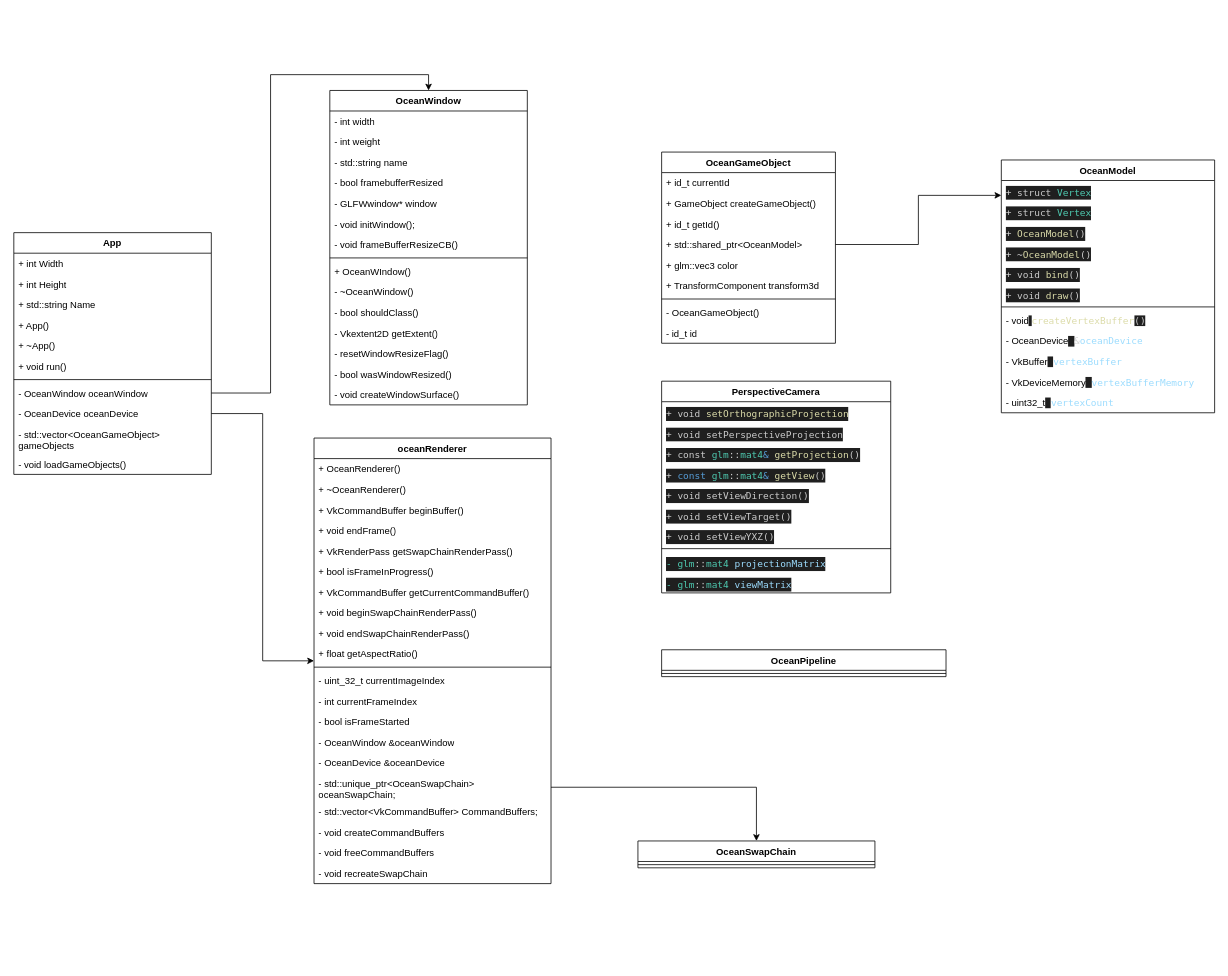
Before: Ocean.drawio in RichardBrowning/Ocean, a draw.io diagram. Source tidied: cells renumbered, new cells numbered last; positions are measured from the earlier drawing's top-left corner, leaving out a move shared by most shapes. Both pictures are drawn from the tidied source at 79%, with x=0, y=0 at pixel (13, 90).
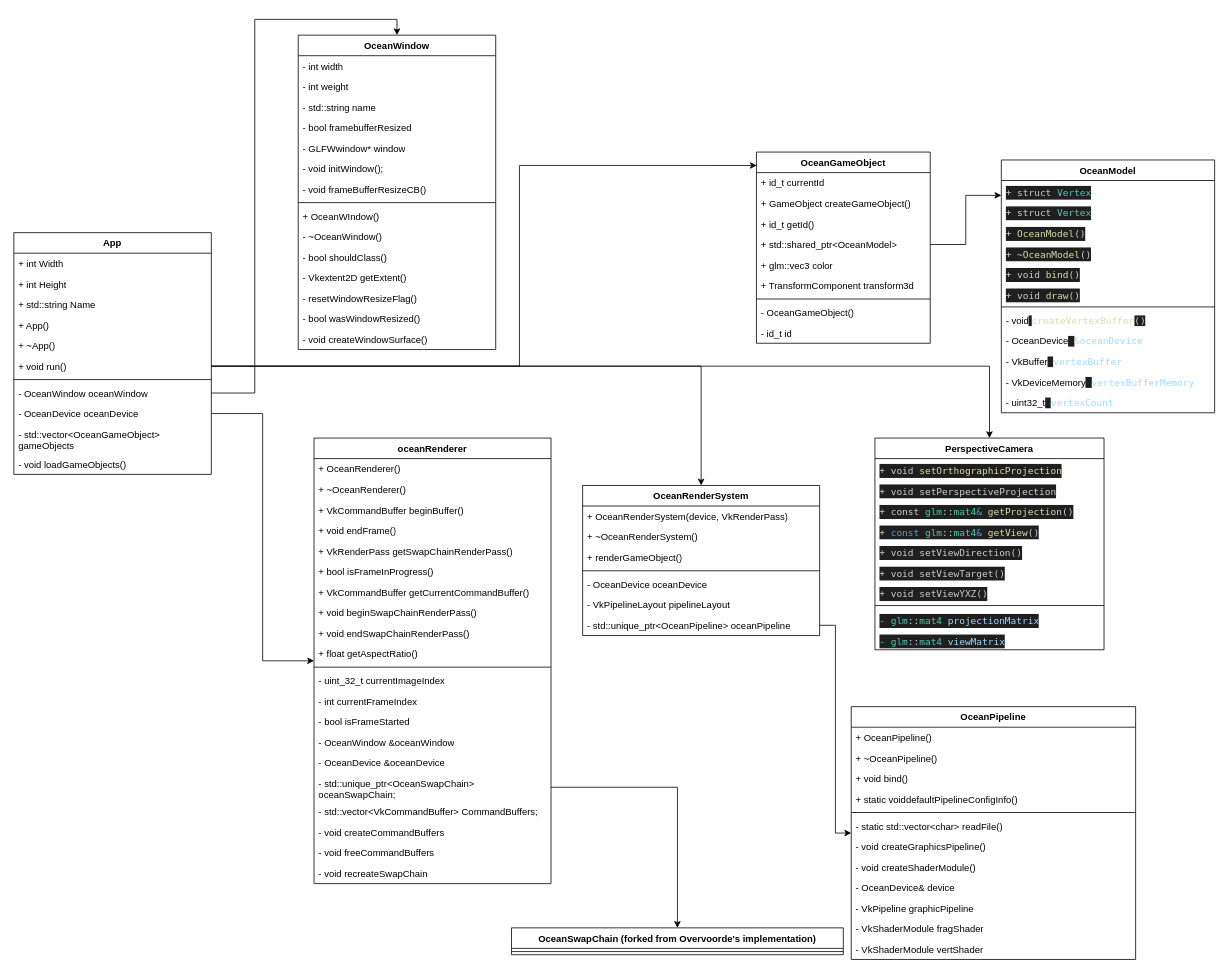
The same diagram, later.

The change refers to these unchanged cells:
```xml
<mxCell id="8" value="+ void run()" style="text;strokeColor=none;fillColor=none;align=left;verticalAlign=top;spacingLeft=4;spacingRight=4;overflow=hidden;points=[[0,0.5],[1,0.5]];portConstraint=eastwest;whiteSpace=wrap;html=1;" parent="2" vertex="1">
  <mxGeometry y="156" width="250" height="26" as="geometry" />
</mxCell>
```

Diff of the diagram source:
```diff
@@
     <mxCell id="14" value="OceanWindow" style="swimlane;fontStyle=1;align=center;verticalAlign=top;horizontal=1;startSize=26;whiteSpace=wrap;html=1;" parent="1" vertex="1">
-      <mxGeometry x="400" width="250" height="398" as="geometry" />
+      <mxGeometry x="360" y="-70" width="250" height="398" as="geometry" />
     </mxCell>
@@
-    <mxCell id="54" value="OceanSwapChain&lt;br&gt;" style="swimlane;fontStyle=1;align=center;verticalAlign=top;horizontal=1;startSize=26;whiteSpace=wrap;html=1;" parent="1" vertex="1">
-      <mxGeometry x="790" y="950" width="300" height="34" as="geometry" />
+    <mxCell id="54" value="OceanSwapChain (forked from Overvoorde's implementation)" style="swimlane;fontStyle=1;align=center;verticalAlign=top;horizontal=1;startSize=26;whiteSpace=wrap;html=1;" parent="1" vertex="1">
+      <mxGeometry x="630" y="1060" width="420" height="34" as="geometry" />
     </mxCell>
     <mxCell id="55" style="line;strokeWidth=1;fillColor=none;align=left;verticalAlign=middle;spacingTop=-1;spacingLeft=3;spacingRight=3;labelPosition=right;strokeColor=inherit;" parent="54" vertex="1">
-      <mxGeometry y="26" width="300" height="8" as="geometry" />
+      <mxGeometry y="26" width="420" height="8" as="geometry" />
     </mxCell>
@@
     <mxCell id="57" value="PerspectiveCamera" style="swimlane;fontStyle=1;align=center;verticalAlign=top;horizontal=1;startSize=26;whiteSpace=wrap;html=1;" parent="1" vertex="1">
-      <mxGeometry x="820" y="368" width="290" height="268" as="geometry" />
+      <mxGeometry x="1090" y="440" width="290" height="268" as="geometry" />
     </mxCell>
@@
     <mxCell id="68" value="OceanPipeline" style="swimlane;fontStyle=1;align=center;verticalAlign=top;horizontal=1;startSize=26;whiteSpace=wrap;html=1;" parent="1" vertex="1">
-      <mxGeometry x="820" y="708" width="360" height="34" as="geometry" />
+      <mxGeometry x="1060" y="780" width="360" height="320" as="geometry" />
     </mxCell>
+    <mxCell id="94" value="+ OceanPipeline()" style="text;strokeColor=none;fillColor=none;align=left;verticalAlign=top;spacingLeft=4;spacingRight=4;overflow=hidden;whiteSpace=wrap;html=1;" parent="68" vertex="1">
+      <mxGeometry y="26" width="360" height="26" as="geometry" />
+    </mxCell>
+    <mxCell id="95" value="+ ~OceanPipeline()" style="text;strokeColor=none;fillColor=none;align=left;verticalAlign=top;spacingLeft=4;spacingRight=4;overflow=hidden;whiteSpace=wrap;html=1;" parent="68" vertex="1">
+      <mxGeometry y="52" width="360" height="26" as="geometry" />
+    </mxCell>
+    <mxCell id="96" value="+ void bind()" style="text;strokeColor=none;fillColor=none;align=left;verticalAlign=top;spacingLeft=4;spacingRight=4;overflow=hidden;whiteSpace=wrap;html=1;" parent="68" vertex="1">
+      <mxGeometry y="78" width="360" height="26" as="geometry" />
+    </mxCell>
+    <mxCell id="97" value="+ static voiddefaultPipelineConfigInfo&lt;span style=&quot;background-color: initial;&quot;&gt;()&lt;/span&gt;" style="text;strokeColor=none;fillColor=none;align=left;verticalAlign=top;spacingLeft=4;spacingRight=4;overflow=hidden;whiteSpace=wrap;html=1;" parent="68" vertex="1">
+      <mxGeometry y="104" width="360" height="26" as="geometry" />
+    </mxCell>
     <mxCell id="69" style="line;strokeWidth=1;fillColor=none;align=left;verticalAlign=middle;spacingTop=-1;spacingLeft=3;spacingRight=3;labelPosition=right;strokeColor=inherit;" parent="68" vertex="1">
-      <mxGeometry y="26" width="360" height="8" as="geometry" />
+      <mxGeometry y="130" width="360" height="8" as="geometry" />
     </mxCell>
+    <mxCell id="98" value="- static std::vector&amp;lt;char&amp;gt; readFile()" style="text;strokeColor=none;fillColor=none;align=left;verticalAlign=top;spacingLeft=4;spacingRight=4;overflow=hidden;whiteSpace=wrap;html=1;" parent="68" vertex="1">
+      <mxGeometry y="138" width="360" height="26" as="geometry" />
+    </mxCell>
+    <mxCell id="99" value="- void&amp;nbsp;createGraphicsPipeline()" style="text;strokeColor=none;fillColor=none;align=left;verticalAlign=top;spacingLeft=4;spacingRight=4;overflow=hidden;whiteSpace=wrap;html=1;" parent="68" vertex="1">
+      <mxGeometry y="164" width="360" height="26" as="geometry" />
+    </mxCell>
+    <mxCell id="100" value="- void createShaderModule()" style="text;strokeColor=none;fillColor=none;align=left;verticalAlign=top;spacingLeft=4;spacingRight=4;overflow=hidden;whiteSpace=wrap;html=1;" parent="68" vertex="1">
+      <mxGeometry y="190" width="360" height="26" as="geometry" />
+    </mxCell>
+    <mxCell id="101" value="- OceanDevice&amp;amp; device" style="text;strokeColor=none;fillColor=none;align=left;verticalAlign=top;spacingLeft=4;spacingRight=4;overflow=hidden;whiteSpace=wrap;html=1;" parent="68" vertex="1">
+      <mxGeometry y="216" width="360" height="26" as="geometry" />
+    </mxCell>
+    <mxCell id="102" value="- VkPipeline graphicPipeline" style="text;strokeColor=none;fillColor=none;align=left;verticalAlign=top;spacingLeft=4;spacingRight=4;overflow=hidden;whiteSpace=wrap;html=1;" parent="68" vertex="1">
+      <mxGeometry y="242" width="360" height="26" as="geometry" />
+    </mxCell>
+    <mxCell id="103" value="- VkShaderModule fragShader" style="text;strokeColor=none;fillColor=none;align=left;verticalAlign=top;spacingLeft=4;spacingRight=4;overflow=hidden;whiteSpace=wrap;html=1;" parent="68" vertex="1">
+      <mxGeometry y="268" width="360" height="26" as="geometry" />
+    </mxCell>
+    <mxCell id="104" value="- VkShaderModule vertShader" style="text;strokeColor=none;fillColor=none;align=left;verticalAlign=top;spacingLeft=4;spacingRight=4;overflow=hidden;whiteSpace=wrap;html=1;" parent="68" vertex="1">
+      <mxGeometry y="294" width="360" height="26" as="geometry" />
+    </mxCell>
@@
     <mxCell id="83" value="OceanGameObject" style="swimlane;fontStyle=1;align=center;verticalAlign=top;horizontal=1;startSize=26;whiteSpace=wrap;html=1;" parent="1" vertex="1">
-      <mxGeometry x="820" y="78" width="220" height="242" as="geometry" />
+      <mxGeometry x="940" y="78" width="220" height="242" as="geometry" />
     </mxCell>
@@
+    <mxCell id="105" style="edgeStyle=orthogonalEdgeStyle;rounded=0;jettySize=auto;html=1;exitX=1;exitY=0.5;exitDx=0;exitDy=0;entryX=0.002;entryY=0.07;entryDx=0;entryDy=0;entryPerimeter=0;" parent="1" edge="1" source="8" target="83">
+      <mxGeometry relative="1" as="geometry">
+        <Array as="points">
+          <mxPoint x="640" y="349" />
+          <mxPoint x="640" y="95" />
+        </Array>
+      </mxGeometry>
+    </mxCell>
+    <mxCell id="106" style="edgeStyle=orthogonalEdgeStyle;rounded=0;jettySize=auto;html=1;exitX=1;exitY=0.5;exitDx=0;exitDy=0;entryX=0.5;entryY=0;entryDx=0;entryDy=0;" parent="1" edge="1" source="8" target="57">
+      <mxGeometry relative="1" as="geometry" />
+    </mxCell>
+    <mxCell id="107" value="OceanRenderSystem" style="swimlane;fontStyle=1;align=center;verticalAlign=top;horizontal=1;startSize=26;whiteSpace=wrap;html=1;" parent="1" vertex="1">
+      <mxGeometry x="720" y="500" width="300" height="190" as="geometry" />
+    </mxCell>
+    <mxCell id="108" value="+ OceanRenderSystem(device, VkRenderPass)" style="text;strokeColor=none;fillColor=none;align=left;verticalAlign=top;spacingLeft=4;spacingRight=4;overflow=hidden;whiteSpace=wrap;html=1;" parent="107" vertex="1">
+      <mxGeometry y="26" width="300" height="26" as="geometry" />
+    </mxCell>
+    <mxCell id="109" value="+ ~OceanRenderSystem()" style="text;strokeColor=none;fillColor=none;align=left;verticalAlign=top;spacingLeft=4;spacingRight=4;overflow=hidden;whiteSpace=wrap;html=1;" parent="107" vertex="1">
+      <mxGeometry y="52" width="300" height="26" as="geometry" />
+    </mxCell>
+    <mxCell id="110" value="+ renderGameObject()" style="text;strokeColor=none;fillColor=none;align=left;verticalAlign=top;spacingLeft=4;spacingRight=4;overflow=hidden;whiteSpace=wrap;html=1;" parent="107" vertex="1">
+      <mxGeometry y="78" width="300" height="26" as="geometry" />
+    </mxCell>
+    <mxCell id="111" style="line;strokeWidth=1;fillColor=none;align=left;verticalAlign=middle;spacingTop=-1;spacingLeft=3;spacingRight=3;labelPosition=right;strokeColor=inherit;" parent="107" vertex="1">
+      <mxGeometry y="104" width="300" height="8" as="geometry" />
+    </mxCell>
+    <mxCell id="112" value="- OceanDevice oceanDevice" style="text;strokeColor=none;fillColor=none;align=left;verticalAlign=top;spacingLeft=4;spacingRight=4;overflow=hidden;whiteSpace=wrap;html=1;" parent="107" vertex="1">
+      <mxGeometry y="112" width="300" height="26" as="geometry" />
+    </mxCell>
+    <mxCell id="113" value="- VkPipelineLayout pipelineLayout" style="text;strokeColor=none;fillColor=none;align=left;verticalAlign=top;spacingLeft=4;spacingRight=4;overflow=hidden;whiteSpace=wrap;html=1;" parent="107" vertex="1">
+      <mxGeometry y="138" width="300" height="26" as="geometry" />
+    </mxCell>
+    <mxCell id="114" value="- std::unique_ptr&amp;lt;OceanPipeline&amp;gt; oceanPipeline" style="text;strokeColor=none;fillColor=none;align=left;verticalAlign=top;spacingLeft=4;spacingRight=4;overflow=hidden;points=[[0,0.5],[1,0.5]];portConstraint=eastwest;whiteSpace=wrap;html=1;" parent="107" vertex="1">
+      <mxGeometry y="164" width="300" height="26" as="geometry" />
+    </mxCell>
+    <mxCell id="115" style="edgeStyle=orthogonalEdgeStyle;rounded=0;jettySize=auto;html=1;exitX=1;exitY=0.5;exitDx=0;exitDy=0;" parent="1" edge="1" source="8" target="107">
+      <mxGeometry relative="1" as="geometry" />
+    </mxCell>
+    <mxCell id="116" style="edgeStyle=orthogonalEdgeStyle;rounded=0;jettySize=auto;html=1;exitX=1;exitY=0.5;exitDx=0;exitDy=0;entryX=0;entryY=0.5;entryDx=0;entryDy=0;" parent="1" edge="1" source="114" target="68">
+      <mxGeometry relative="1" as="geometry" />
+    </mxCell>
```
